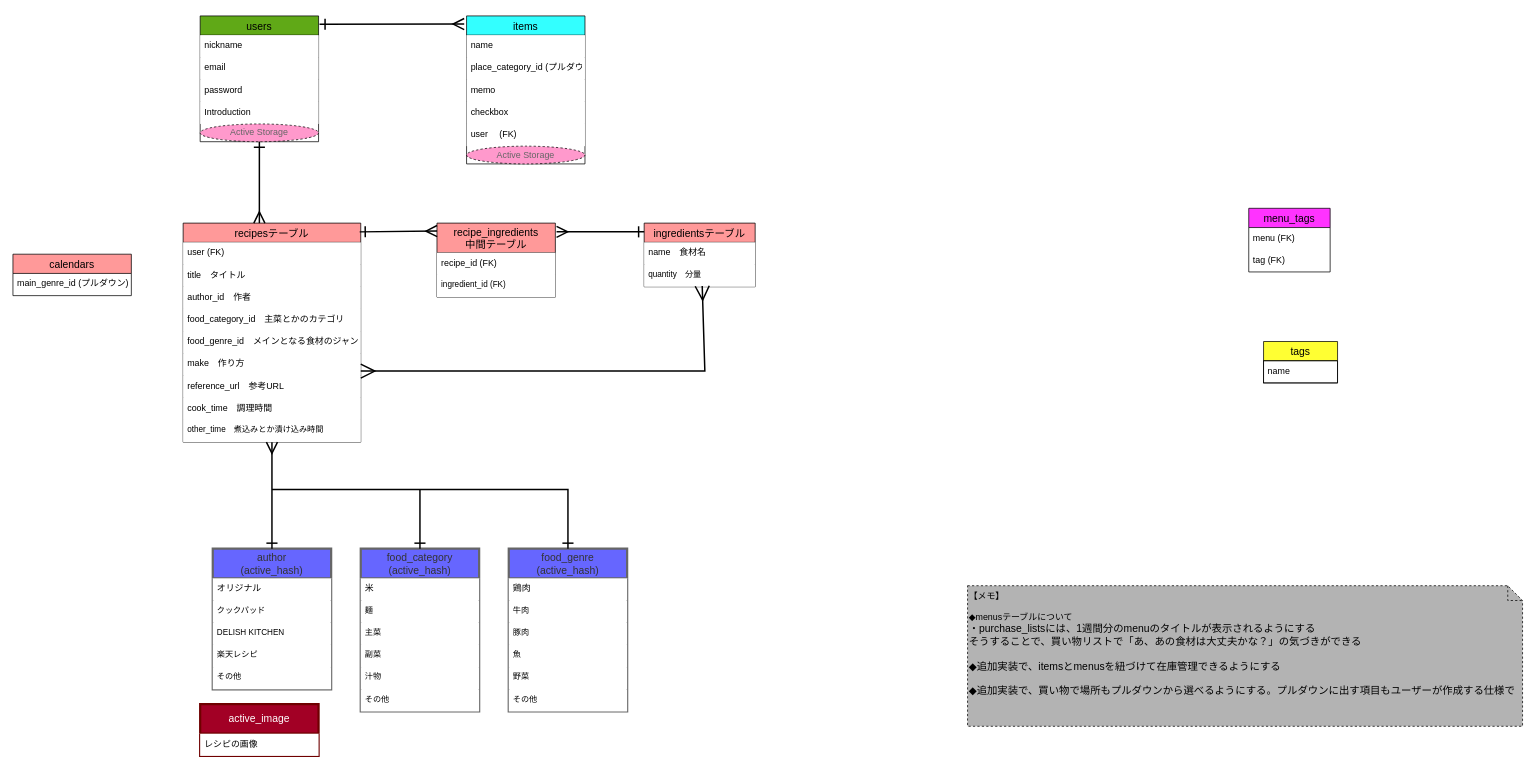
The draw.io diagram page "案1" (1 of 2) of ER.dio in miyazato1872/shopping_memo, before the edit. Source tidied: cells renumbered, new cells numbered last; positions are measured from the earlier drawing's top-left corner, leaving out a move shared by most shapes. Both pictures are drawn from the tidied source at 74%, with x=0, y=0 at pixel (13, 16).
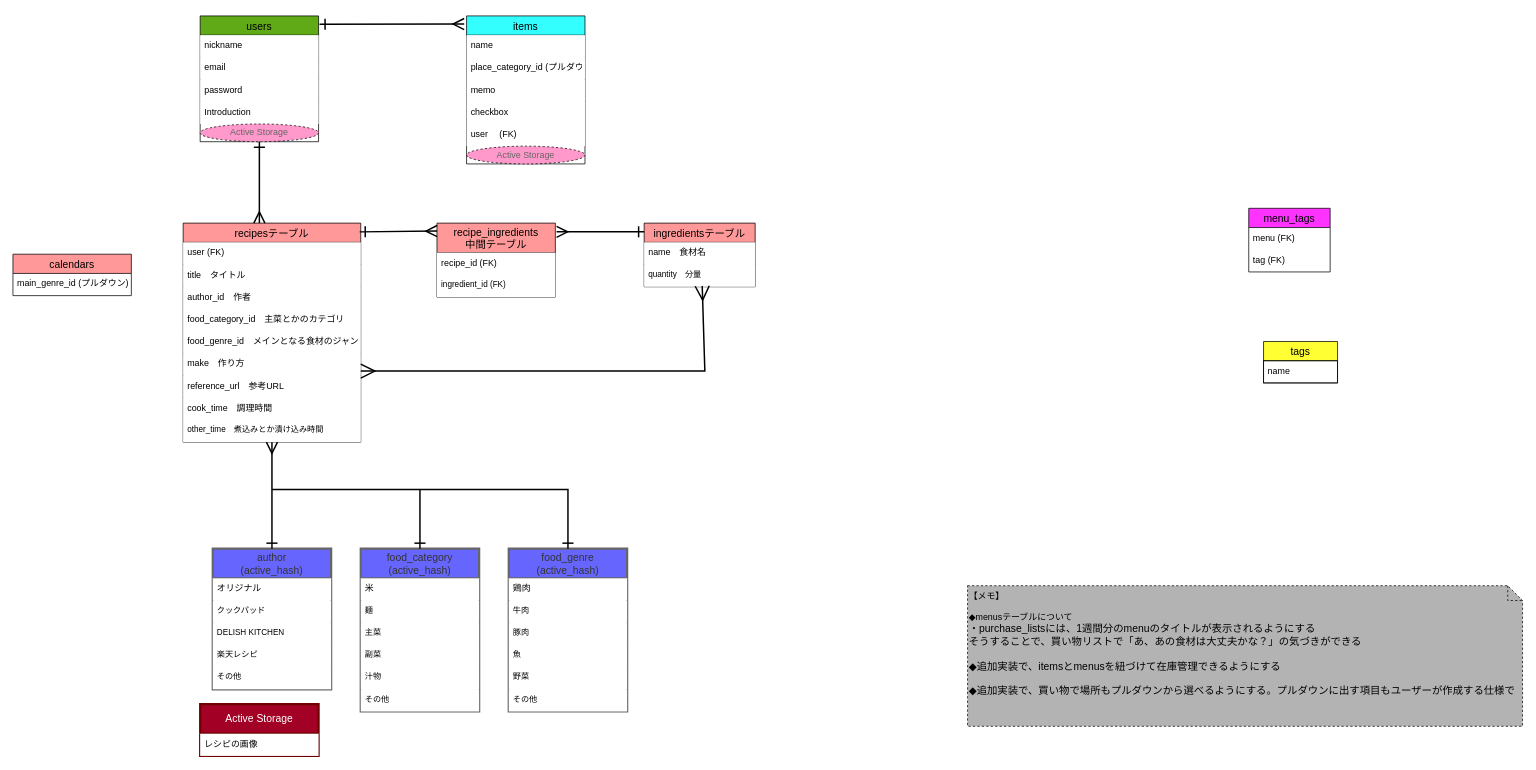
The same page after the edit.

Diff of the diagram source:
```diff
@@
-    <mxCell id="69" value="active_image" style="swimlane;fontStyle=0;horizontal=1;startSize=40;align=center;fontSize=14;rounded=0;swimlaneLine=1;glass=0;shadow=0;fillColor=#a20025;strokeColor=#6F0000;strokeWidth=3;whiteSpace=wrap;fontColor=#ffffff;" parent="1" vertex="1">
+    <mxCell id="69" value="Active Storage" style="swimlane;fontStyle=0;horizontal=1;startSize=40;align=center;fontSize=14;rounded=0;swimlaneLine=1;glass=0;shadow=0;fillColor=#a20025;strokeColor=#6F0000;strokeWidth=3;whiteSpace=wrap;fontColor=#ffffff;" parent="1" vertex="1">
       <mxGeometry x="253" y="930" width="160" height="70" as="geometry" />
     </mxCell>
```
